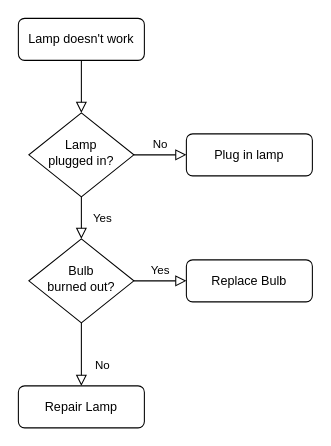
Before: frontend/src/images/Untitled Diagram.drawio in MJunaidWali/Twitter_New, a draw.io diagram. Source tidied: cells renumbered, new cells numbered last; positions are measured from the earlier drawing's top-left corner, leaving out a move shared by most shapes. Both pictures are drawn from the tidied source at 105%, with x=0, y=0 at pixel (18, 18).
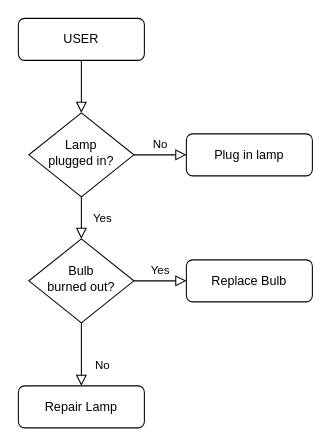
After the change.

Change to the diagram source:
```diff
@@
 <mxGraphModel>
   <root>
     <mxCell id="0" />
     <mxCell id="1" parent="0" />
     <mxCell id="2" style="rounded=0;html=1;jettySize=auto;fontSize=11;endArrow=block;endFill=0;endSize=8;strokeWidth=1;shadow=0;labelBackgroundColor=none;edgeStyle=orthogonalEdgeStyle;" parent="1" edge="1" source="3" target="6">
       <mxGeometry relative="1" as="geometry" />
     </mxCell>
-    <mxCell id="3" value="Lamp doesn't work" style="rounded=1;whiteSpace=wrap;html=1;fontSize=12;glass=0;strokeWidth=1;shadow=0;" parent="1" vertex="1">
+    <mxCell id="3" value="USER" style="rounded=1;whiteSpace=wrap;html=1;fontSize=12;glass=0;strokeWidth=1;shadow=0;" parent="1" vertex="1">
       <mxGeometry width="120" height="40" as="geometry" />
     </mxCell>
     <mxCell id="4" value="Yes" style="rounded=0;html=1;jettySize=auto;fontSize=11;endArrow=block;endFill=0;endSize=8;strokeWidth=1;shadow=0;labelBackgroundColor=none;edgeStyle=orthogonalEdgeStyle;" parent="1" edge="1" source="6" target="10">
       <mxGeometry y="20" relative="1" as="geometry" />
     </mxCell>
     <mxCell id="5" value="No" style="edgeStyle=orthogonalEdgeStyle;rounded=0;html=1;jettySize=auto;fontSize=11;endArrow=block;endFill=0;endSize=8;strokeWidth=1;shadow=0;labelBackgroundColor=none;" parent="1" edge="1" source="6" target="7">
       <mxGeometry y="10" relative="1" as="geometry" />
     </mxCell>
     <mxCell id="6" value="Lamp&lt;br&gt;plugged in?" style="rhombus;whiteSpace=wrap;html=1;shadow=0;fontFamily=Helvetica;fontSize=12;align=center;strokeWidth=1;spacing=6;spacingTop=-4;" parent="1" vertex="1">
       <mxGeometry x="10" y="90" width="100" height="80" as="geometry" />
     </mxCell>
     <mxCell id="7" value="Plug in lamp" style="rounded=1;whiteSpace=wrap;html=1;fontSize=12;glass=0;strokeWidth=1;shadow=0;" parent="1" vertex="1">
       <mxGeometry x="160" y="110" width="120" height="40" as="geometry" />
     </mxCell>
     <mxCell id="8" value="No" style="rounded=0;html=1;jettySize=auto;fontSize=11;endArrow=block;endFill=0;endSize=8;strokeWidth=1;shadow=0;labelBackgroundColor=none;edgeStyle=orthogonalEdgeStyle;" parent="1" edge="1" source="10" target="11">
       <mxGeometry x="0.33" y="20" relative="1" as="geometry" />
     </mxCell>
     <mxCell id="9" value="Yes" style="edgeStyle=orthogonalEdgeStyle;rounded=0;html=1;jettySize=auto;fontSize=11;endArrow=block;endFill=0;endSize=8;strokeWidth=1;shadow=0;labelBackgroundColor=none;" parent="1" edge="1" source="10" target="12">
       <mxGeometry y="10" relative="1" as="geometry" />
     </mxCell>
     <mxCell id="10" value="Bulb&lt;br&gt;burned out?" style="rhombus;whiteSpace=wrap;html=1;shadow=0;fontFamily=Helvetica;fontSize=12;align=center;strokeWidth=1;spacing=6;spacingTop=-4;" parent="1" vertex="1">
       <mxGeometry x="10" y="210" width="100" height="80" as="geometry" />
     </mxCell>
     <mxCell id="11" value="Repair Lamp" style="rounded=1;whiteSpace=wrap;html=1;fontSize=12;glass=0;strokeWidth=1;shadow=0;" parent="1" vertex="1">
       <mxGeometry y="350" width="120" height="40" as="geometry" />
     </mxCell>
     <mxCell id="12" value="Replace Bulb" style="rounded=1;whiteSpace=wrap;html=1;fontSize=12;glass=0;strokeWidth=1;shadow=0;" parent="1" vertex="1">
       <mxGeometry x="160" y="230" width="120" height="40" as="geometry" />
     </mxCell>
   </root>
 </mxGraphModel>
```
